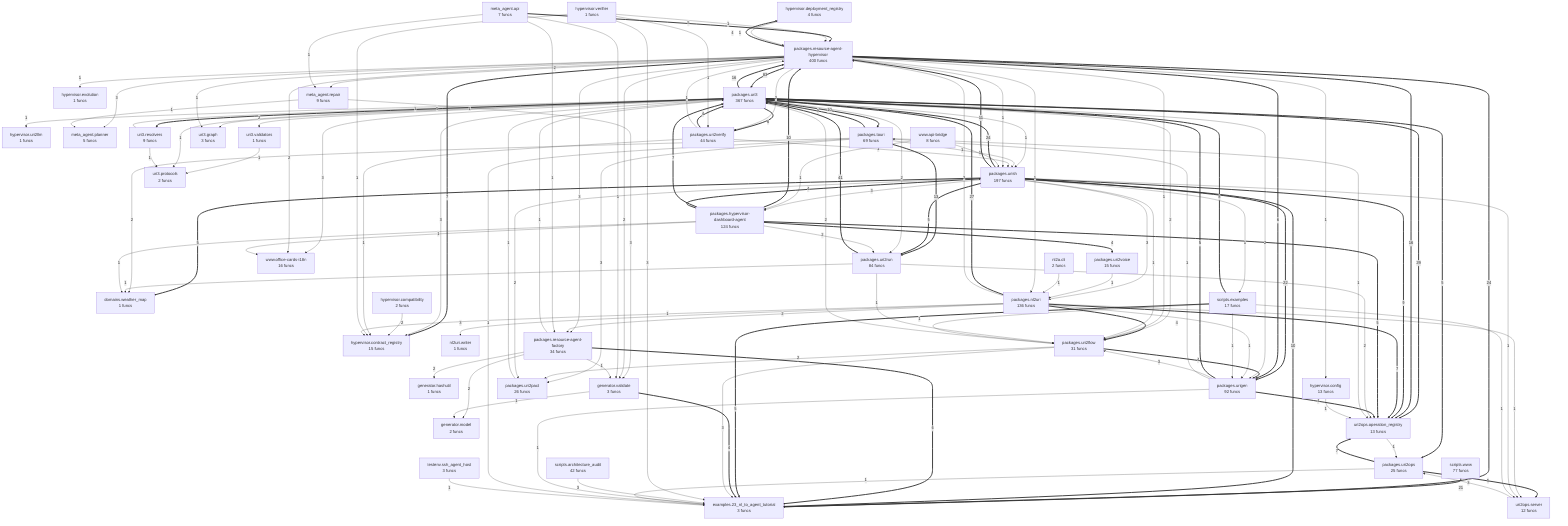
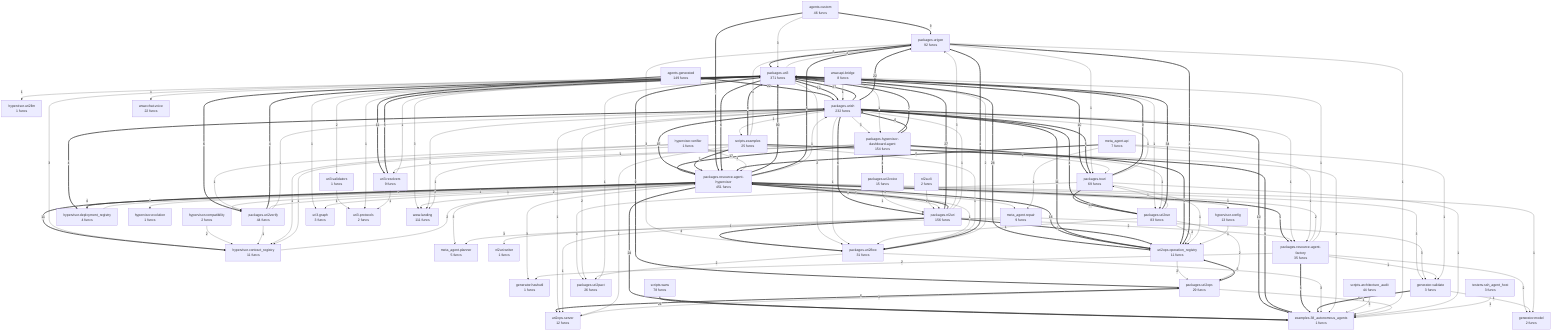
flowchart TD
- %% generated in 0.27s
-     domains__weather_map["domains.weather_map<br/>1 funcs"]
-     examples__23_nl_to_agent_tutorial["examples.23_nl_to_agent_tutorial<br/>3 funcs"]
+ %% generated in 0.28s
+     agents__custom["agents.custom<br/>46 funcs"]
+     agents__generated["agents.generated<br/>149 funcs"]
+     examples__38_autonomous_agents["examples.38_autonomous_agents<br/>1 funcs"]
    generator__hashutil["generator.hashutil<br/>1 funcs"]
    generator__model["generator.model<br/>2 funcs"]
    generator__validate["generator.validate<br/>3 funcs"]
    hypervisor__compatibility["hypervisor.compatibility<br/>2 funcs"]
    hypervisor__config["hypervisor.config<br/>13 funcs"]
-     hypervisor__contract_registry["hypervisor.contract_registry<br/>15 funcs"]
+     hypervisor__contract_registry["hypervisor.contract_registry<br/>11 funcs"]
    hypervisor__deployment_registry["hypervisor.deployment_registry<br/>4 funcs"]
    hypervisor__evolution["hypervisor.evolution<br/>1 funcs"]
    hypervisor__uri2llm["hypervisor.uri2llm<br/>1 funcs"]
    hypervisor__verifier["hypervisor.verifier<br/>1 funcs"]
    meta_agent__api["meta_agent.api<br/>7 funcs"]
    meta_agent__planner["meta_agent.planner<br/>5 funcs"]
    meta_agent__repair["meta_agent.repair<br/>9 funcs"]
    nl2a__cli["nl2a.cli<br/>2 funcs"]
    nl2uri__writer["nl2uri.writer<br/>1 funcs"]
-     packages__hypervisor_dashboard_agent["packages.hypervisor-dashboard-agent<br/>124 funcs"]
-     packages__nl2uri["packages.nl2uri<br/>136 funcs"]
-     packages__resource_agent_factory["packages.resource-agent-factory<br/>34 funcs"]
-     packages__resource_agent_hypervisor["packages.resource-agent-hypervisor<br/>400 funcs"]
+     packages__hypervisor_dashboard_agent["packages.hypervisor-dashboard-agent<br/>154 funcs"]
+     packages__nl2uri["packages.nl2uri<br/>156 funcs"]
+     packages__resource_agent_factory["packages.resource-agent-factory<br/>35 funcs"]
+     packages__resource_agent_hypervisor["packages.resource-agent-hypervisor<br/>451 funcs"]
    packages__touri["packages.touri<br/>69 funcs"]
    packages__uri2flow["packages.uri2flow<br/>31 funcs"]
-     packages__uri2ops["packages.uri2ops<br/>25 funcs"]
+     packages__uri2ops["packages.uri2ops<br/>29 funcs"]
    packages__uri2pact["packages.uri2pact<br/>26 funcs"]
-     packages__uri2run["packages.uri2run<br/>84 funcs"]
+     packages__uri2run["packages.uri2run<br/>83 funcs"]
    packages__uri2verify["packages.uri2verify<br/>44 funcs"]
    packages__uri2voice["packages.uri2voice<br/>15 funcs"]
-     packages__uri3["packages.uri3<br/>367 funcs"]
+     packages__uri3["packages.uri3<br/>371 funcs"]
    packages__urigen["packages.urigen<br/>92 funcs"]
-     packages__urish["packages.urish<br/>197 funcs"]
-     scripts__architecture_audit["scripts.architecture_audit<br/>42 funcs"]
-     scripts__examples["scripts.examples<br/>17 funcs"]
-     scripts__www["scripts.www<br/>77 funcs"]
+     packages__urish["packages.urish<br/>232 funcs"]
+     scripts__architecture_audit["scripts.architecture_audit<br/>44 funcs"]
+     scripts__examples["scripts.examples<br/>25 funcs"]
+     scripts__www["scripts.www<br/>78 funcs"]
    testenv__ssh_agent_host["testenv.ssh_agent_host<br/>3 funcs"]
-     uri2ops__operation_registry["uri2ops.operation_registry<br/>13 funcs"]
+     uri2ops__operation_registry["uri2ops.operation_registry<br/>11 funcs"]
    uri2ops__server["uri2ops.server<br/>12 funcs"]
    uri3__graph["uri3.graph<br/>3 funcs"]
    uri3__protocols["uri3.protocols<br/>2 funcs"]
    uri3__resolvers["uri3.resolvers<br/>9 funcs"]
    uri3__validators["uri3.validators<br/>1 funcs"]
    www__api_bridge["www.api-bridge<br/>8 funcs"]
-     www__office_cards_i18n["www.office-cards-i18n<br/>16 funcs"]
-     packages__resource_agent_hypervisor ==>|83| packages__uri3
-     packages__uri2run ==>|41| packages__uri3
-     packages__uri3 ==>|29| uri2ops__operation_registry
+     www__chat_voice["www.chat-voice<br/>22 funcs"]
+     www__landing["www.landing<br/>111 funcs"]
+     packages__resource_agent_hypervisor ==>|90| packages__uri3
+     packages__uri2run ==>|34| packages__uri3
+     packages__uri3 ==>|28| uri2ops__operation_registry
+     packages__urish ==>|27| packages__uri3
    packages__nl2uri ==>|27| packages__uri3
-     packages__urish ==>|24| packages__uri3
-     packages__resource_agent_hypervisor ==>|24| examples__23_nl_to_agent_tutorial
+     packages__resource_agent_hypervisor ==>|24| examples__38_autonomous_agents
    packages__urish ==>|22| packages__urigen
-     scripts__www ==>|21| examples__23_nl_to_agent_tutorial
-     packages__uri3 ==>|16| packages__resource_agent_hypervisor
+     agents__generated ==>|22| packages__urish
+     scripts__www ==>|21| examples__38_autonomous_agents
+     packages__hypervisor_dashboard_agent ==>|17| packages__resource_agent_hypervisor
    packages__resource_agent_hypervisor ==>|16| uri2ops__operation_registry
+     packages__urish ==>|15| packages__resource_agent_hypervisor
    packages__touri ==>|13| packages__uri2run
-     packages__urish ==>|11| packages__resource_agent_hypervisor
-     packages__urish ==>|10| examples__23_nl_to_agent_tutorial
+     packages__uri3 ==>|12| packages__urish
+     packages__urish ==>|11| uri2ops__operation_registry
+     packages__resource_agent_hypervisor ==>|11| hypervisor__contract_registry
+     agents__generated ==>|11| uri3__resolvers
+     packages__urish ==>|10| examples__38_autonomous_agents
    packages__uri3 ==>|10| packages__touri
-     packages__hypervisor_dashboard_agent ==>|10| packages__resource_agent_hypervisor
-     packages__urish ==>|9| uri2ops__operation_registry
+     packages__uri3 ==>|9| packages__uri2ops
    packages__touri ==>|9| packages__uri3
+     scripts__examples ==>|9| examples__38_autonomous_agents
+     agents__custom ==>|9| packages__urigen
    scripts__examples ==>|8| packages__uri3
-     packages__uri2ops ==>|7| uri2ops__operation_registry
    packages__hypervisor_dashboard_agent ==>|7| packages__uri3
    packages__nl2uri ==>|7| uri2ops__operation_registry
-     packages__resource_agent_hypervisor ==>|7| hypervisor__contract_registry
+     scripts__examples ==>|7| packages__resource_agent_hypervisor
+     agents__custom ==>|7| packages__resource_agent_hypervisor
+     packages__urish ==>|6| packages__nl2uri
+     packages__uri2ops ==>|6| uri2ops__operation_registry
+     packages__uri3 ==>|6| packages__resource_agent_hypervisor
    packages__uri3 ==>|6| packages__uri2verify
-     packages__resource_agent_factory ==>|6| examples__23_nl_to_agent_tutorial
+     packages__hypervisor_dashboard_agent ==>|6| packages__urish
+     packages__resource_agent_factory ==>|6| examples__38_autonomous_agents
    packages__resource_agent_hypervisor ==>|6| packages__urigen
-     packages__urish ==>|5| domains__weather_map
-     packages__urish ==>|5| packages__uri2run
+     packages__urish ==>|5| packages__touri
    packages__urigen ==>|5| packages__uri3
    packages__uri2ops ==>|5| uri2ops__server
-     packages__uri3 ==>|5| packages__uri2ops
    packages__uri3 ==>|5| uri3__resolvers
    packages__hypervisor_dashboard_agent ==>|5| uri2ops__operation_registry
+     packages__nl2uri ==>|5| packages__resource_agent_hypervisor
    meta_agent__api ==>|5| packages__resource_agent_hypervisor
-     scripts__examples ==>|5| examples__23_nl_to_agent_tutorial
+     packages__resource_agent_hypervisor ==>|5| packages__resource_agent_factory
+     packages__urish ==>|4| packages__uri2run
+     packages__urish ==>|4| hypervisor__deployment_registry
    packages__urigen ==>|4| uri2ops__operation_registry
-     packages__hypervisor_dashboard_agent ==>|4| packages__urish
    packages__hypervisor_dashboard_agent ==>|4| packages__uri2voice
    packages__uri2flow ==>|4| packages__urigen
-     generator__validate ==>|4| examples__23_nl_to_agent_tutorial
+     generator__validate ==>|4| examples__38_autonomous_agents
    packages__nl2uri ==>|4| packages__uri2flow
    packages__uri2verify ==>|4| packages__uri3
    packages__resource_agent_hypervisor ==>|4| hypervisor__deployment_registry
    packages__urish -->|3| packages__hypervisor_dashboard_agent
-     packages__urish -->|3| packages__nl2uri
    packages__urigen -->|3| packages__uri2flow
    uri2ops__server -->|3| packages__uri2ops
-     packages__uri3 -->|3| www__office_cards_i18n
+     packages__uri3 -->|3| www__landing
    packages__uri3 -->|3| hypervisor__contract_registry
-     packages__uri2flow -->|3| examples__23_nl_to_agent_tutorial
+     packages__uri2flow -->|3| examples__38_autonomous_agents
    packages__touri -->|3| packages__uri2pact
    packages__nl2uri -->|3| nl2uri__writer
+     packages__nl2uri -->|3| packages__urigen
    packages__resource_agent_hypervisor -->|3| meta_agent__planner
-     packages__resource_agent_hypervisor -->|3| packages__resource_agent_factory
+     packages__resource_agent_hypervisor -->|3| generator__validate
    meta_agent__repair -->|3| generator__validate
-     hypervisor__verifier -->|3| examples__23_nl_to_agent_tutorial
-     scripts__architecture_audit -->|3| examples__23_nl_to_agent_tutorial
-     packages__uri3 -->|2| packages__uri2run
+     hypervisor__verifier -->|3| examples__38_autonomous_agents
+     scripts__architecture_audit -->|3| examples__38_autonomous_agents
+     agents__custom -->|3| packages__uri3
+     packages__resource_agent_hypervisor -->|3| generator__hashutil
+     packages__urish -->|2| packages__uri2pact
+     uri2ops__operation_registry -->|2| packages__uri2ops
    packages__uri3 -->|2| uri3__validators
    packages__uri3 -->|2| packages__uri2flow
    packages__uri3 -->|2| packages__urigen
    packages__uri2flow -->|2| packages__uri3
    packages__uri2flow -->|2| packages__uri2pact
-     packages__touri -->|2| domains__weather_map
    packages__uri2run -->|2| uri2ops__operation_registry
+     packages__uri2run -->|2| packages__uri2ops
+     packages__resource_agent_factory -->|2| packages__resource_agent_hypervisor
+     packages__resource_agent_factory -->|2| generator__model
    packages__resource_agent_factory -->|2| generator__hashutil
-     packages__resource_agent_hypervisor -->|2| generator__validate
+     packages__nl2uri -->|2| packages__resource_agent_factory
    packages__resource_agent_hypervisor -->|2| meta_agent__repair
    packages__resource_agent_hypervisor -->|2| packages__uri2verify
-     packages__resource_agent_hypervisor -->|2| www__office_cards_i18n
+     packages__resource_agent_hypervisor -->|2| www__landing
+     hypervisor__contract_registry -->|2| packages__resource_agent_hypervisor
    hypervisor__compatibility -->|2| hypervisor__contract_registry
-     packages__resource_agent_factory -->|2| generator__model
-     packages__urish -->|2| packages__uri2pact
-     packages__nl2uri -->|2| packages__resource_agent_hypervisor
-     packages__nl2uri -->|2| packages__resource_agent_factory
-     packages__hypervisor_dashboard_agent -->|2| packages__uri2run
+     packages__urish -->|1| www__landing
    packages__urish -->|1| scripts__examples
-     packages__urigen -->|1| examples__23_nl_to_agent_tutorial
+     packages__urish -->|1| uri2ops__server
+     packages__urish -->|1| packages__uri2flow
+     packages__urish -->|1| packages__resource_agent_factory
+     packages__urigen -->|1| examples__38_autonomous_agents
    packages__urigen -->|1| packages__touri
-     packages__uri2ops -->|1| examples__23_nl_to_agent_tutorial
-     uri2ops__operation_registry -->|1| packages__uri2ops
+     packages__uri2ops -->|1| examples__38_autonomous_agents
+     packages__uri3 -->|1| www__chat_voice
    uri3__validators -->|1| uri3__protocols
    packages__uri3 -->|1| uri3__graph
    packages__uri3 -->|1| uri3__protocols
    packages__uri3 -->|1| hypervisor__uri2llm
    uri3__resolvers -->|1| packages__uri3
    uri3__resolvers -->|1| uri3__protocols
-     packages__uri3 -->|1| packages__urish
-     packages__hypervisor_dashboard_agent -->|1| www__office_cards_i18n
-     packages__touri -->|1| examples__23_nl_to_agent_tutorial
+     packages__uri3 -->|1| packages__uri2run
+     packages__hypervisor_dashboard_agent -->|1| www__landing
+     packages__hypervisor_dashboard_agent -->|1| uri3__resolvers
+     packages__hypervisor_dashboard_agent -->|1| packages__uri2run
+     packages__hypervisor_dashboard_agent -->|1| packages__touri
+     packages__touri -->|1| examples__38_autonomous_agents
    packages__touri -->|1| packages__urish
    packages__touri -->|1| uri2ops__operation_registry
    packages__uri2voice -->|1| packages__nl2uri
-     packages__uri2run -->|1| domains__weather_map
+     packages__uri2run -->|1| packages__touri
+     packages__uri2run -->|1| packages__uri2flow
    generator__validate -->|1| generator__model
    packages__resource_agent_factory -->|1| packages__uri3
+     packages__resource_agent_factory -->|1| generator__validate
    packages__nl2uri -->|1| uri2ops__server
-     packages__nl2uri -->|1| packages__urigen
+     packages__nl2uri -->|1| packages__urish
    nl2a__cli -->|1| packages__nl2uri
    packages__uri2verify -->|1| hypervisor__contract_registry
    packages__uri2verify -->|1| packages__resource_agent_hypervisor
    packages__uri2verify -->|1| packages__urish
    packages__uri2pact -->|1| packages__uri3
    packages__resource_agent_hypervisor -->|1| packages__uri2flow
    meta_agent__api -->|1| generator__validate
    meta_agent__api -->|1| meta_agent__repair
    meta_agent__api -->|1| packages__resource_agent_factory
    meta_agent__repair -->|1| meta_agent__planner
    packages__resource_agent_hypervisor -->|1| packages__urish
    hypervisor__verifier -->|1| hypervisor__contract_registry
    hypervisor__verifier -->|1| packages__resource_agent_hypervisor
    hypervisor__verifier -->|1| packages__uri2verify
    packages__resource_agent_hypervisor -->|1| hypervisor__config
    hypervisor__config -->|1| uri2ops__operation_registry
    packages__resource_agent_hypervisor -->|1| hypervisor__evolution
    packages__resource_agent_hypervisor -->|1| uri3__graph
    packages__resource_agent_hypervisor -->|1| packages__nl2uri
    hypervisor__deployment_registry -->|1| packages__resource_agent_hypervisor
-     testenv__ssh_agent_host -->|1| examples__23_nl_to_agent_tutorial
-     www__api_bridge -->|1| packages__urish
-     www__api_bridge -->|1| packages__hypervisor_dashboard_agent
-     packages__resource_agent_factory -->|1| generator__validate
-     packages__urish -->|1| uri2ops__server
-     packages__urish -->|1| packages__uri2flow
-     packages__uri2run -->|1| packages__uri2flow
-     packages__nl2uri -->|1| hypervisor__contract_registry
-     packages__hypervisor_dashboard_agent -->|1| domains__weather_map
+     testenv__ssh_agent_host -->|1| examples__38_autonomous_agents
+     scripts__examples -->|1| hypervisor__contract_registry
    scripts__examples -->|1| packages__uri2flow
    scripts__examples -->|1| packages__urigen
    scripts__examples -->|1| uri2ops__server
+     www__api_bridge -->|1| packages__urish
+     www__api_bridge -->|1| packages__hypervisor_dashboard_agent
+     packages__resource_agent_hypervisor -->|1| generator__model
